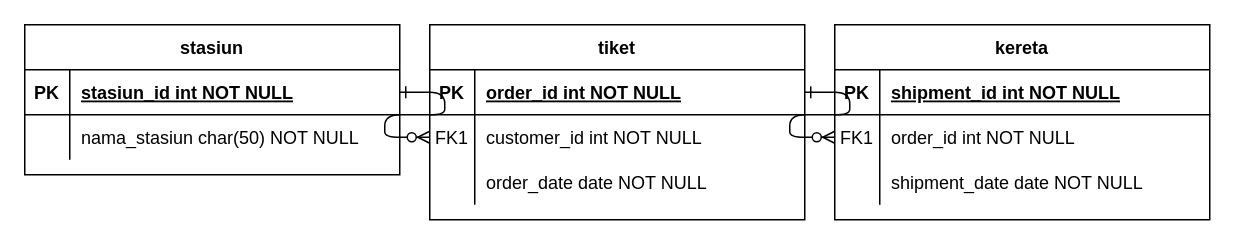
kucingtakucin/Pemrograman-Web keeps this draw.io diagram as Tugas/ERD_Kereta.drawio. Above is the earlier version. Source tidied: cells renumbered, new cells numbered last; positions are measured from the earlier drawing's top-left corner, leaving out a move shared by most shapes. Both pictures are drawn from the tidied source at 150%, with x=0, y=0 at pixel (24, 24).
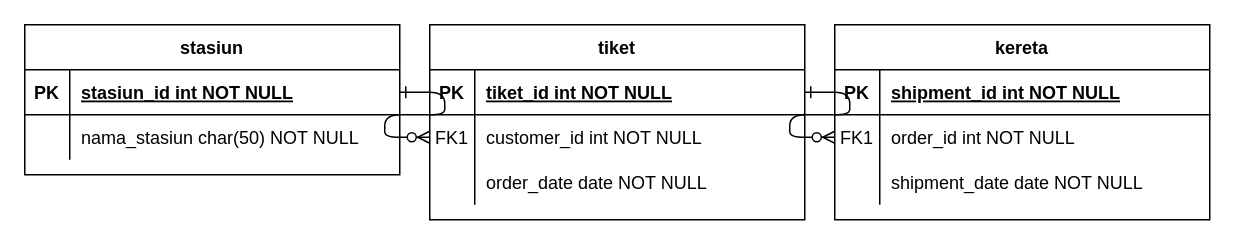
After the change.

Unchanged cells that the change refers to:
```xml
<mxCell id="5" style="shape=partialRectangle;fillColor=none;points=[[0,0.5],[1,0.5]];portConstraint=eastwest;top=0;left=0;right=0;bottom=1;" parent="4" vertex="1">
  <mxGeometry y="30" width="250" height="30" as="geometry" />
</mxCell>
```

The edit, as a diff of the source:
```diff
@@
-    <mxCell id="7" value="order_id int NOT NULL " style="shape=partialRectangle;overflow=hidden;fillColor=none;top=0;left=0;bottom=0;right=0;align=left;spacingLeft=6;fontStyle=5;" parent="5" vertex="1">
+    <mxCell id="7" value="tiket_id int NOT NULL " style="shape=partialRectangle;overflow=hidden;fillColor=none;top=0;left=0;bottom=0;right=0;align=left;spacingLeft=6;fontStyle=5;" parent="5" vertex="1">
       <mxGeometry x="30" width="220" height="30" as="geometry" />
     </mxCell>
```
